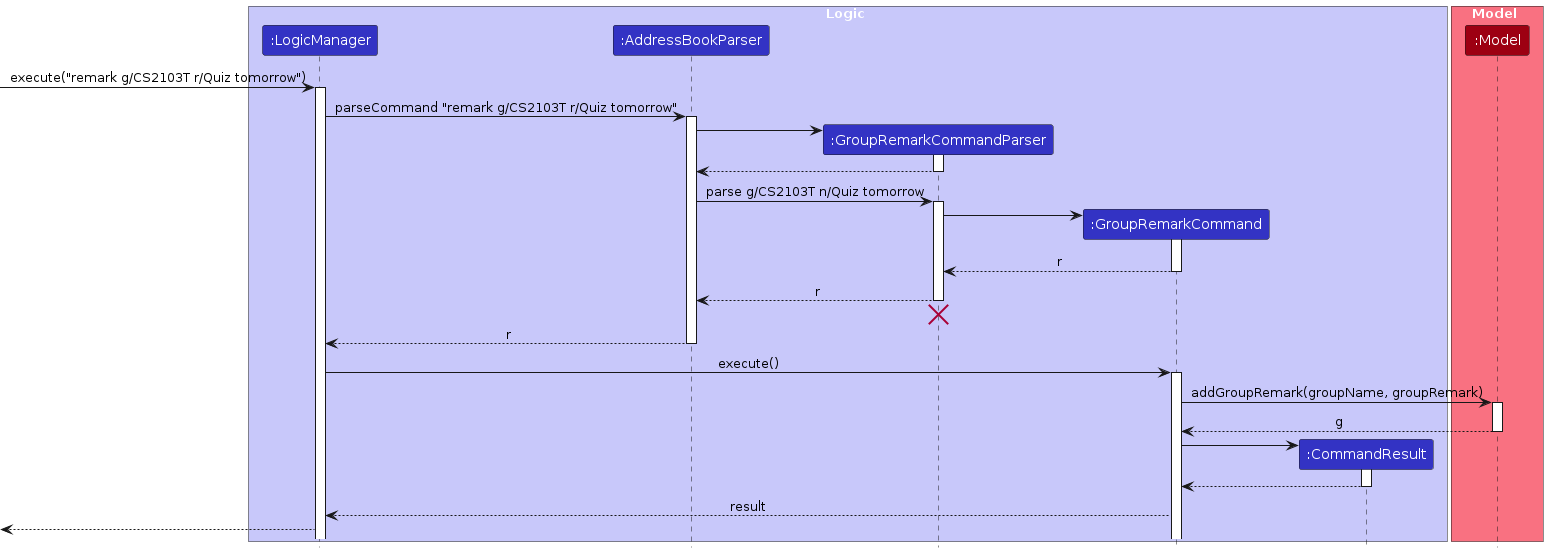
Before: diagrams/GroupRemarkSequenceDiagram.png, a diagram exported from PlantUML (AY2324S1-CS2103T-T10-3/tp). Its source is kept beside it as diagrams/GroupRemarkSequenceDiagram.puml.
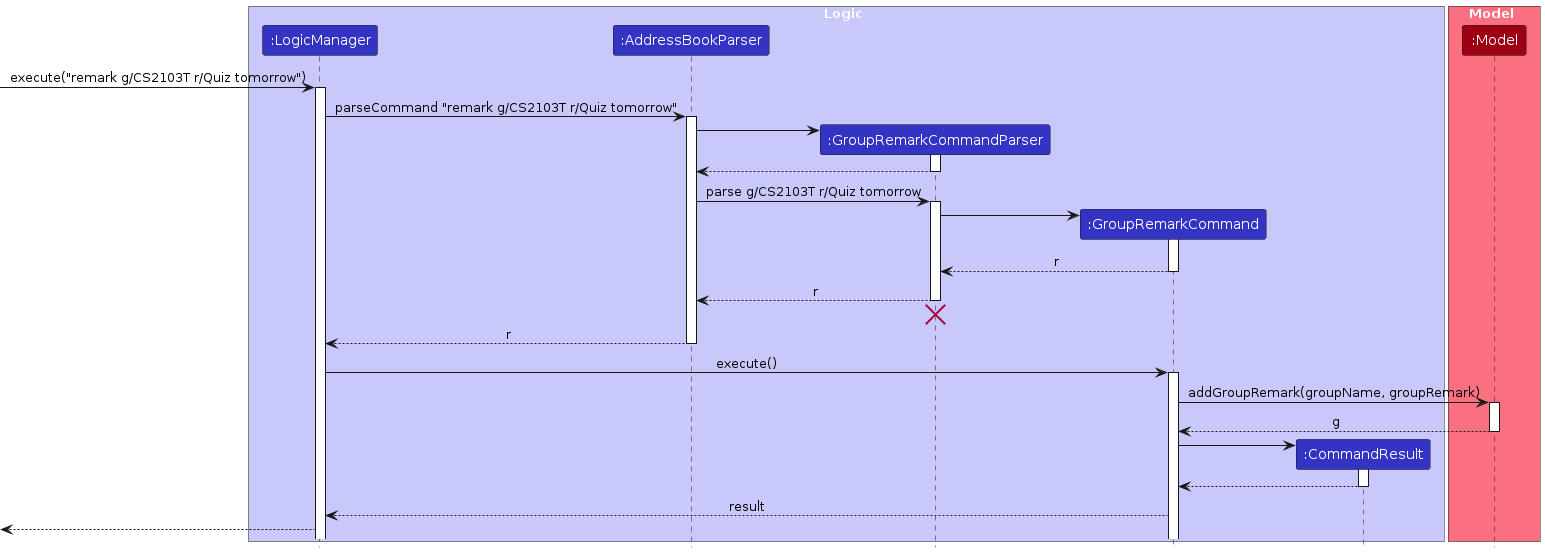
The same file after the commit.

Diff of the diagram source:
```diff
@@ -28,7 +28,7 @@
 GroupRemarkCommandParser --> AddressBookParser
 deactivate GroupRemarkCommandParser
 
-AddressBookParser -> GroupRemarkCommandParser: parse g/CS2103T n/Quiz tomorrow
+AddressBookParser -> GroupRemarkCommandParser: parse g/CS2103T r/Quiz tomorrow
 activate GroupRemarkCommandParser
 
 create GroupRemarkCommand
```
